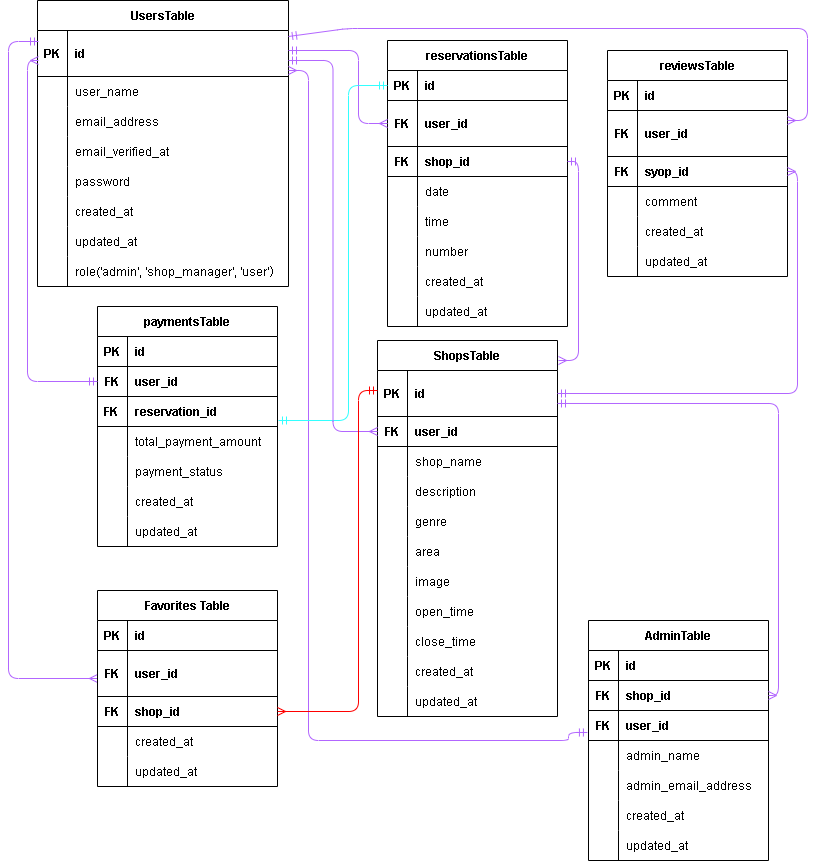
ponponmama/20240713-erika_hara-rese keeps this draw.io diagram as src/rese.drawio.png. Above is the earlier version. Source tidied: cells renumbered, new cells last; positions are measured from the earlier drawing's top-left corner, leaving out a move shared by most shapes.
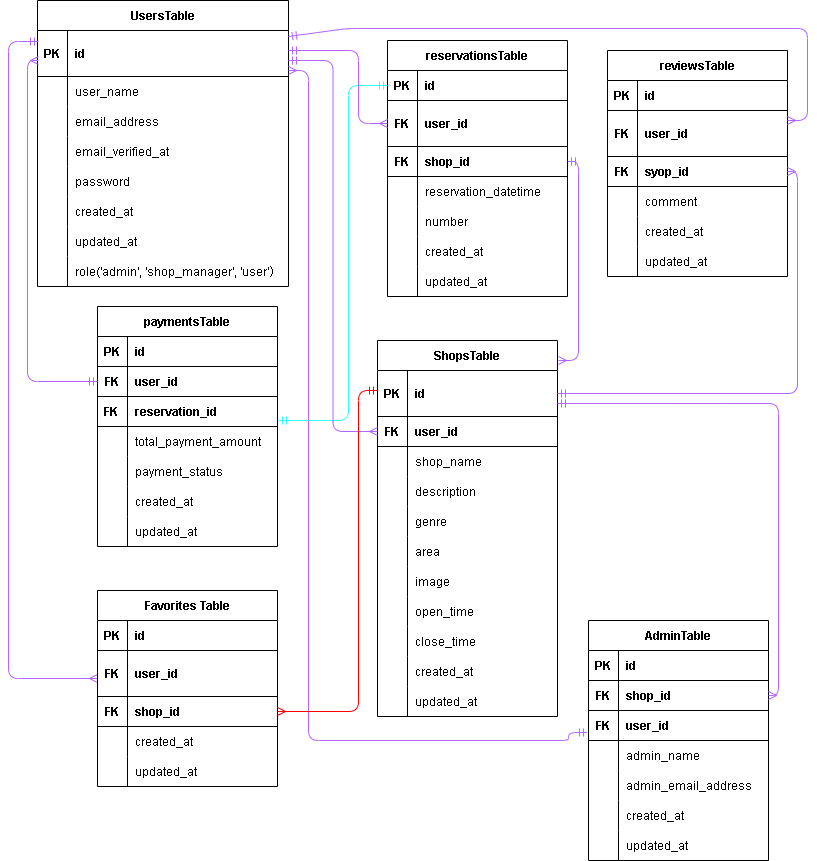
Above is the later version.

The edit, as a diff of the source:
```diff
@@ -154,7 +154,7 @@
       <mxGeometry x="30" width="150" height="30" as="geometry" />
     </mxCell>
     <mxCell id="50" value="reservationsTable" style="shape=table;startSize=30;rowLines=0;fontStyle=1;align=center;fillColor=none;strokeColor=#000000;strokeWidth=1;fontColor=#000000;" parent="1" vertex="1">
-      <mxGeometry x="379" y="40" width="180" height="286" as="geometry" />
+      <mxGeometry x="379" y="40" width="180" height="256" as="geometry" />
     </mxCell>
     <mxCell id="51" style="shape=tableRow;horizontal=0;startSize=0;swimlaneHead=0;swimlaneBody=0;fillColor=none;points=[[0,0.5],[1,0.5]];portConstraint=eastwest;top=0;left=0;right=0;bottom=1;strokeColor=#000000;strokeWidth=1;fontColor=#000000;" parent="50" vertex="1">
       <mxGeometry y="30" width="180" height="30" as="geometry" />
@@ -189,20 +189,11 @@
     <mxCell id="61" style="shape=partialRectangle;fillColor=none;top=0;left=0;bottom=0;right=0;overflow=hidden;fontColor=#000000;strokeColor=#000000;strokeWidth=1;" parent="60" vertex="1">
       <mxGeometry width="30" height="30" as="geometry" />
     </mxCell>
-    <mxCell id="62" value="date" style="shape=partialRectangle;fillColor=none;top=0;left=0;bottom=0;right=0;align=left;spacingLeft=6;overflow=hidden;fontColor=#000000;strokeColor=#000000;strokeWidth=1;" parent="60" vertex="1">
+    <mxCell id="62" value="reservation_datetime" style="shape=partialRectangle;fillColor=none;top=0;left=0;bottom=0;right=0;align=left;spacingLeft=6;overflow=hidden;fontColor=#000000;strokeColor=#000000;strokeWidth=1;" parent="60" vertex="1">
       <mxGeometry x="30" width="150" height="30" as="geometry" />
     </mxCell>
-    <mxCell id="63" style="shape=tableRow;horizontal=0;startSize=0;swimlaneHead=0;swimlaneBody=0;fillColor=none;top=0;left=0;right=0;bottom=0;strokeColor=#000000;strokeWidth=1;fontColor=#000000;" parent="50" vertex="1">
-      <mxGeometry y="166" width="180" height="30" as="geometry" />
-    </mxCell>
-    <mxCell id="64" style="shape=partialRectangle;fillColor=none;top=0;left=0;bottom=0;right=0;overflow=hidden;fontColor=#000000;strokeColor=#000000;strokeWidth=1;" parent="63" vertex="1">
-      <mxGeometry width="30" height="30" as="geometry" />
-    </mxCell>
-    <mxCell id="65" value="time" style="shape=partialRectangle;fillColor=none;top=0;left=0;bottom=0;right=0;align=left;spacingLeft=6;overflow=hidden;fontColor=#000000;strokeColor=#000000;strokeWidth=1;" parent="63" vertex="1">
-      <mxGeometry x="30" width="150" height="30" as="geometry" />
-    </mxCell>
     <mxCell id="66" style="shape=tableRow;horizontal=0;startSize=0;swimlaneHead=0;swimlaneBody=0;fillColor=none;top=0;left=0;right=0;bottom=0;strokeColor=#000000;strokeWidth=1;fontColor=#000000;" parent="50" vertex="1">
-      <mxGeometry y="196" width="180" height="30" as="geometry" />
+      <mxGeometry y="166" width="180" height="30" as="geometry" />
     </mxCell>
     <mxCell id="67" style="shape=partialRectangle;fillColor=none;top=0;left=0;bottom=0;right=0;overflow=hidden;fontColor=#000000;strokeColor=#000000;strokeWidth=1;" parent="66" vertex="1">
       <mxGeometry width="30" height="30" as="geometry" />
@@ -211,7 +202,7 @@
       <mxGeometry x="30" width="150" height="30" as="geometry" />
     </mxCell>
     <mxCell id="69" style="shape=tableRow;horizontal=0;startSize=0;swimlaneHead=0;swimlaneBody=0;fillColor=none;top=0;left=0;right=0;bottom=0;strokeColor=#000000;strokeWidth=1;fontColor=#000000;" parent="50" vertex="1">
-      <mxGeometry y="226" width="180" height="30" as="geometry" />
+      <mxGeometry y="196" width="180" height="30" as="geometry" />
     </mxCell>
     <mxCell id="70" style="shape=partialRectangle;fillColor=none;top=0;left=0;bottom=0;right=0;overflow=hidden;fontColor=#000000;strokeColor=#000000;strokeWidth=1;" parent="69" vertex="1">
       <mxGeometry width="30" height="30" as="geometry" />
@@ -220,7 +211,7 @@
       <mxGeometry x="30" width="150" height="30" as="geometry" />
     </mxCell>
     <mxCell id="72" style="shape=tableRow;horizontal=0;startSize=0;swimlaneHead=0;swimlaneBody=0;fillColor=none;top=0;left=0;right=0;bottom=0;strokeColor=#000000;strokeWidth=1;fontColor=#000000;" parent="50" vertex="1">
-      <mxGeometry y="256" width="180" height="30" as="geometry" />
+      <mxGeometry y="226" width="180" height="30" as="geometry" />
     </mxCell>
     <mxCell id="73" style="shape=partialRectangle;fillColor=none;top=0;left=0;bottom=0;right=0;overflow=hidden;fontColor=#000000;strokeColor=#000000;strokeWidth=1;" parent="72" vertex="1">
       <mxGeometry width="30" height="30" as="geometry" />
```
